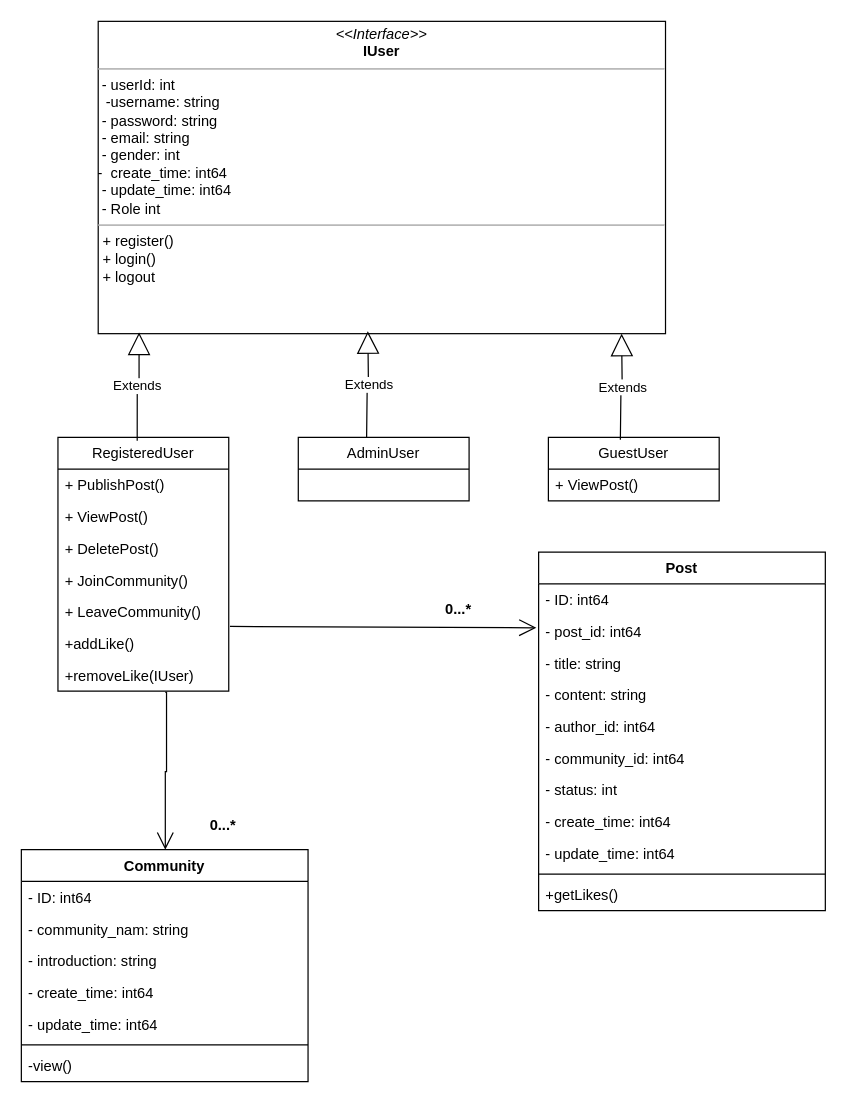
The draw.io diagram zhong_论坛类图.drawio in Forrest-Tao/draw.io, before the edit. Source tidied: cells renumbered, new cells numbered last; positions are measured from the earlier drawing's top-left corner, leaving out a move shared by most shapes. Both pictures are drawn from the tidied source at 122%, with x=0, y=0 at pixel (21, 21).
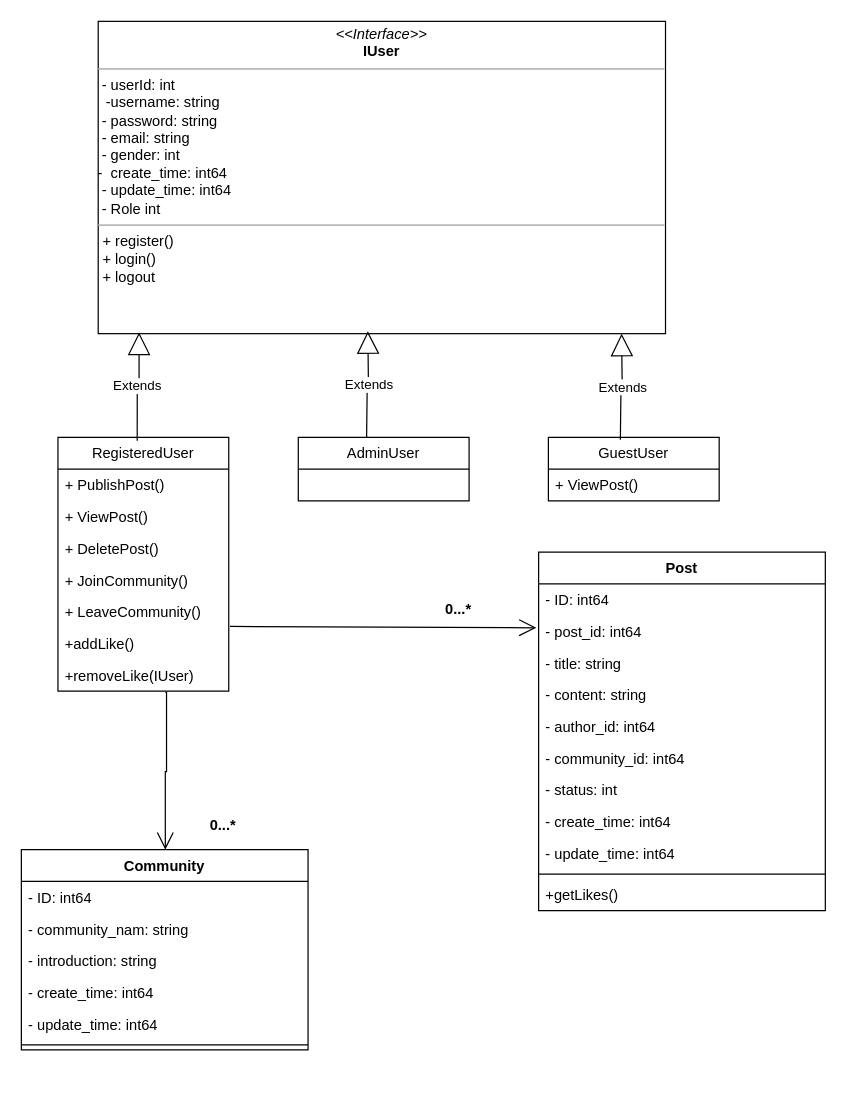
The same page after the edit.

Commit message (it also covers changes not shown here):
更新zhong_论坛类图.drawio

Change to the diagram source:
```diff
@@
     <mxCell id="12" value="Community   " style="swimlane;fontStyle=1;align=center;verticalAlign=top;horizontal=1;startSize=26;whiteSpace=wrap;html=1;" parent="1" vertex="1">
-      <mxGeometry y="679" width="235" height="190" as="geometry" />
+      <mxGeometry y="679" width="235" height="164" as="geometry" />
     </mxCell>
@@
-    <mxCell id="19" value=" -view()  " style="text;strokeColor=none;fillColor=none;align=left;verticalAlign=top;spacingLeft=4;spacingRight=4;overflow=hidden;whiteSpace=wrap;html=1;" parent="12" vertex="1">
-      <mxGeometry y="164" width="235" height="26" as="geometry" />
-    </mxCell>
```
